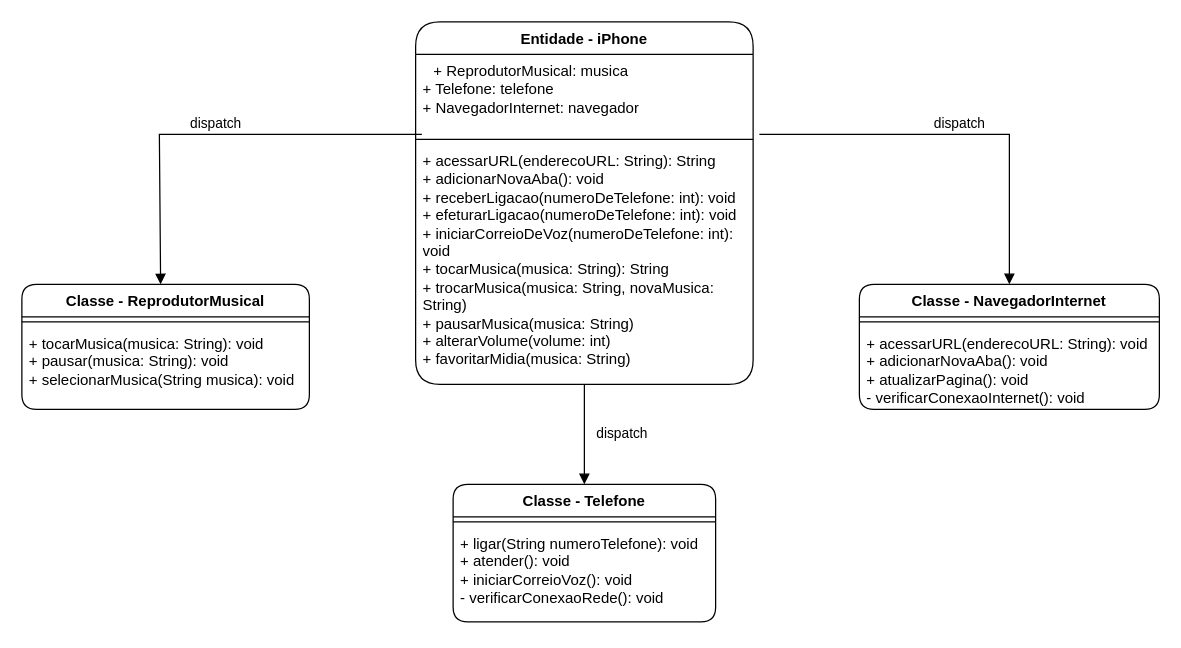
amandavenancio/UML-IPHONE keeps this draw.io diagram as UML-IPhone-Java.drawio. Above is the earlier version. Source tidied: cells renumbered, new cells numbered last; positions are measured from the earlier drawing's top-left corner, leaving out a move shared by most shapes. Both pictures are drawn from the tidied source at 125%, with x=0, y=0 at pixel (21, 21).
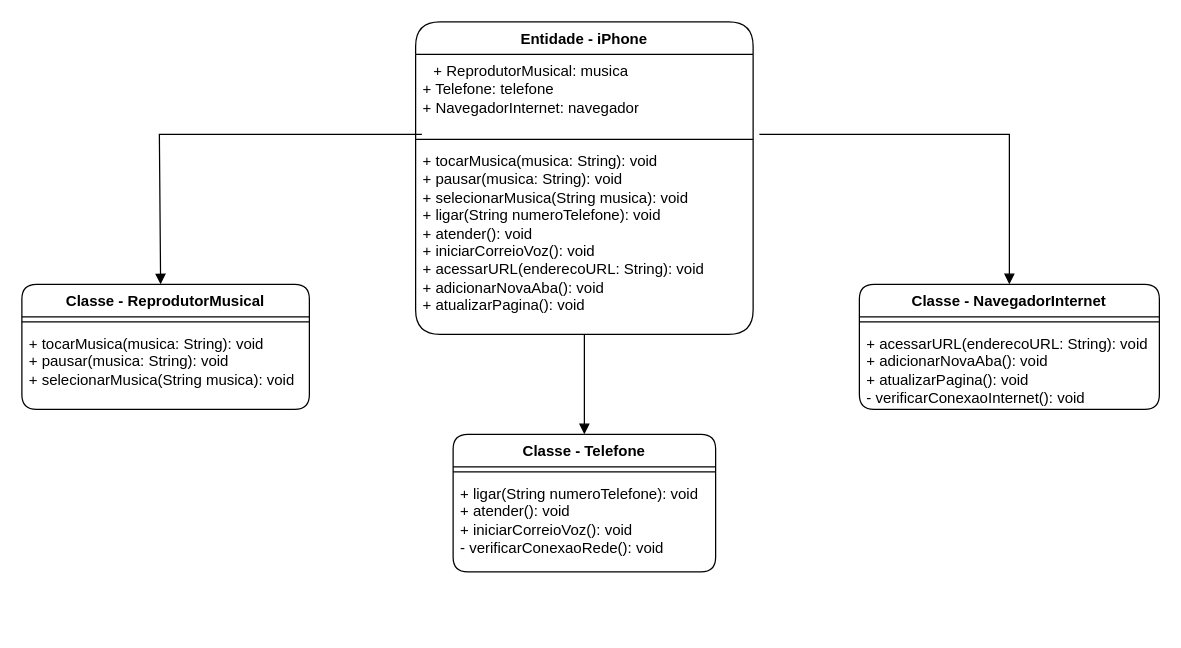
The same page after the edit.

Commit message (it also covers changes not shown here):
add correct UML files

The change refers to these unchanged cells:
```xml
<mxCell id="8" value="Classe&amp;nbsp;- NavegadorInternet" style="swimlane;fontStyle=1;align=center;verticalAlign=top;horizontal=1;startSize=26;whiteSpace=wrap;html=1;rounded=1;" parent="1" vertex="1">
  <mxGeometry x="670" y="210" width="240" height="100" as="geometry" />
</mxCell>
```

The edit, as a diff of the source:
```diff
@@
     <mxCell id="5" value="Classe&amp;nbsp;-&amp;nbsp;Telefone" style="swimlane;fontStyle=1;align=center;verticalAlign=top;horizontal=1;startSize=26;whiteSpace=wrap;html=1;rounded=1;" parent="1" vertex="1">
-      <mxGeometry x="345" y="370" width="210" height="110" as="geometry" />
+      <mxGeometry x="345" y="330" width="210" height="110" as="geometry" />
     </mxCell>
@@
     <mxCell id="11" value="Entidade - iPhone" style="swimlane;fontStyle=1;align=center;verticalAlign=top;horizontal=1;startSize=26;whiteSpace=wrap;html=1;rounded=1;arcSize=25;" parent="1" vertex="1">
-      <mxGeometry x="315" width="270" height="290" as="geometry" />
+      <mxGeometry x="315" width="270" height="250" as="geometry" />
     </mxCell>
@@
-    <mxCell id="14" value="+ acessarURL(enderecoURL: String): String&lt;div&gt;&lt;span style=&quot;background-color: initial;&quot;&gt;+ adicionarNovaAba(): void&lt;/span&gt;&lt;br&gt;&lt;/div&gt;&lt;div&gt;+ receberLigacao(numeroDeTelefone: int): void&lt;div&gt;+ efeturarLigacao&lt;span style=&quot;background-color: initial;&quot;&gt;(&lt;/span&gt;&lt;span style=&quot;background-color: initial;&quot;&gt;numeroDeTelefone: int&lt;/span&gt;&lt;span style=&quot;background-color: initial;&quot;&gt;): void&lt;/span&gt;&lt;/div&gt;&lt;div&gt;&lt;span style=&quot;background-color: initial;&quot;&gt;+ iniciarCorreioDeVoz(&lt;/span&gt;&lt;span style=&quot;background-color: initial;&quot;&gt;numeroDeTelefone: int): void&lt;/span&gt;&lt;/div&gt;&lt;/div&gt;&lt;div&gt;+ tocarMusica(musica: String): String&lt;div&gt;+ trocarMusica(musica: String, novaMusica: String)&lt;/div&gt;&lt;div&gt;+ pausarMusica(musica: String)&lt;/div&gt;&lt;div&gt;+ alterarVolume(volume: int)&lt;/div&gt;&lt;div&gt;+ favoritarMidia(musica: String)&lt;/div&gt;&lt;/div&gt;" style="text;strokeColor=none;fillColor=none;align=left;verticalAlign=top;spacingLeft=4;spacingRight=4;overflow=hidden;points=[[0,0.5],[1,0.5]];portConstraint=eastwest;whiteSpace=wrap;html=1;rounded=1;" parent="11" vertex="1">
-      <mxGeometry y="98" width="270" height="192" as="geometry" />
+    <mxCell id="14" value="+ tocarMusica(musica: String): void&lt;div&gt;+ pausar(musica: String): void&lt;/div&gt;&lt;div&gt;+ selecionarMusica(String musica): void&lt;/div&gt;&lt;div&gt;+ ligar(String numeroTelefone): void&lt;div&gt;+ atender(): void&lt;/div&gt;&lt;div&gt;+ iniciarCorreioVoz(): void&lt;/div&gt;&lt;/div&gt;&lt;div&gt;+ acessarURL(enderecoURL: String): void&lt;div&gt;+ adicionarNovaAba(): void&lt;/div&gt;&lt;div&gt;+&amp;nbsp;atualizarPagina(): void&lt;/div&gt;&lt;/div&gt;" style="text;strokeColor=none;fillColor=none;align=left;verticalAlign=top;spacingLeft=4;spacingRight=4;overflow=hidden;points=[[0,0.5],[1,0.5]];portConstraint=eastwest;whiteSpace=wrap;html=1;rounded=1;" parent="11" vertex="1">
+      <mxGeometry y="98" width="270" height="152" as="geometry" />
     </mxCell>
-    <mxCell id="15" value="dispatch" style="html=1;verticalAlign=bottom;endArrow=block;curved=0;rounded=0;entryX=0.5;entryY=0;entryDx=0;entryDy=0;" parent="1" edge="1" target="8">
+    <mxCell id="15" style="html=1;verticalAlign=bottom;endArrow=block;curved=0;rounded=0;entryX=0.5;entryY=0;entryDx=0;entryDy=0;" parent="1" edge="1" target="8">
       <mxGeometry relative="1" as="geometry">
         <mxPoint x="590" y="90" as="sourcePoint" />
         <Array as="points">
           <mxPoint x="790" y="90" />
         </Array>
       </mxGeometry>
     </mxCell>
-    <mxCell id="16" value="dispatch" style="html=1;verticalAlign=bottom;endArrow=block;curved=0;rounded=0;" parent="1" edge="1">
-      <mxGeometry relative="1" as="geometry">
+    <mxCell id="16" style="html=1;verticalAlign=bottom;endArrow=block;curved=0;rounded=0;" parent="1" edge="1">
+      <mxGeometry x="-0.21" y="60" relative="1" as="geometry">
         <mxPoint x="320" y="90" as="sourcePoint" />
         <mxPoint x="111" y="210" as="targetPoint" />
         <Array as="points">
           <mxPoint x="110" y="90" />
         </Array>
       </mxGeometry>
     </mxCell>
-    <mxCell id="17" value="dispatch" style="html=1;verticalAlign=bottom;endArrow=block;curved=0;rounded=0;entryX=0.5;entryY=0;entryDx=0;entryDy=0;" parent="1" edge="1" source="14" target="5">
+    <mxCell id="17" style="html=1;verticalAlign=bottom;endArrow=block;curved=0;rounded=0;entryX=0.5;entryY=0;entryDx=0;entryDy=0;" parent="1" edge="1" source="14" target="5">
       <mxGeometry x="0.2" y="30" relative="1" as="geometry" />
     </mxCell>
```
